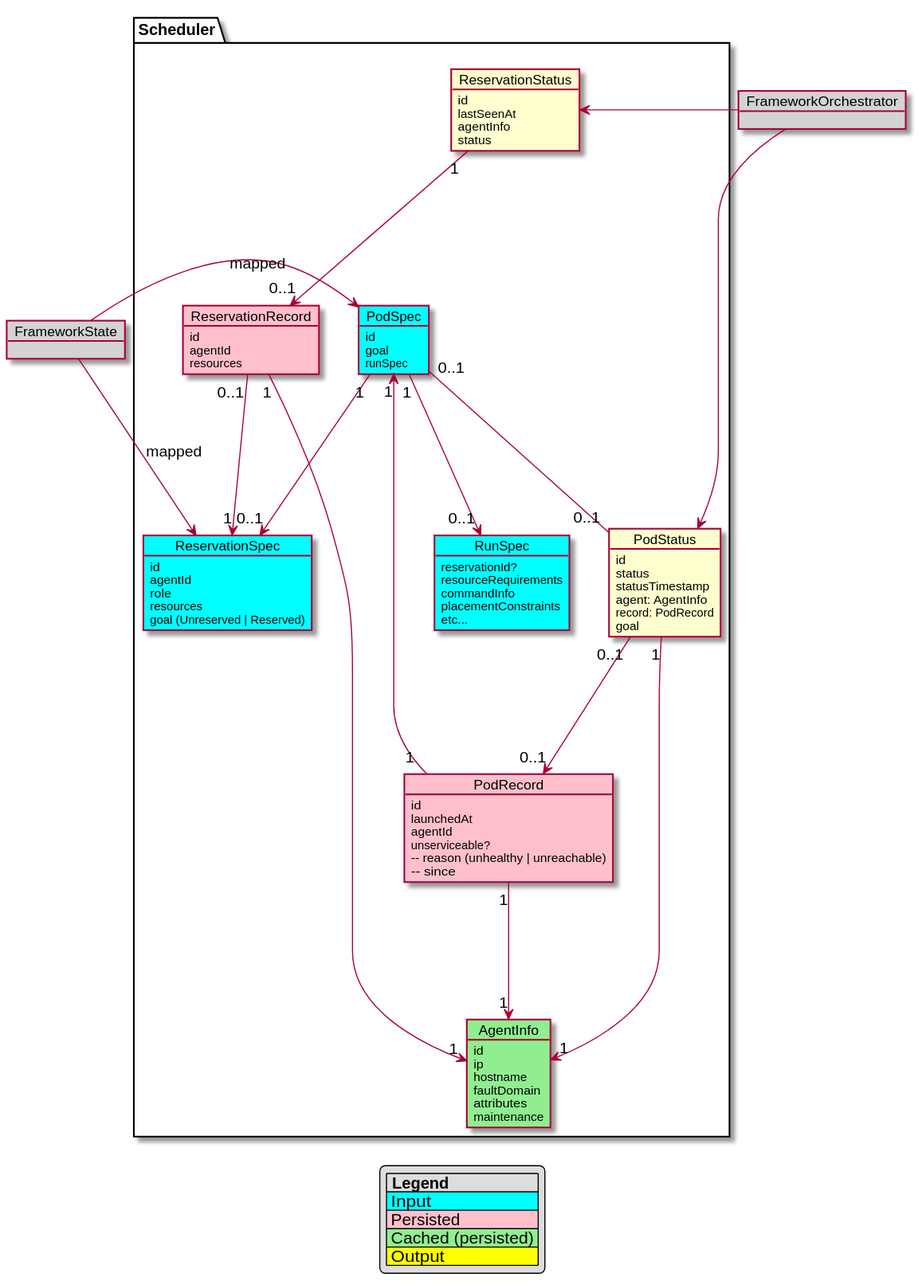
mesosphere/usi keeps this PlantUML diagram as docs/design/data-model.svg. Above is the earlier version.
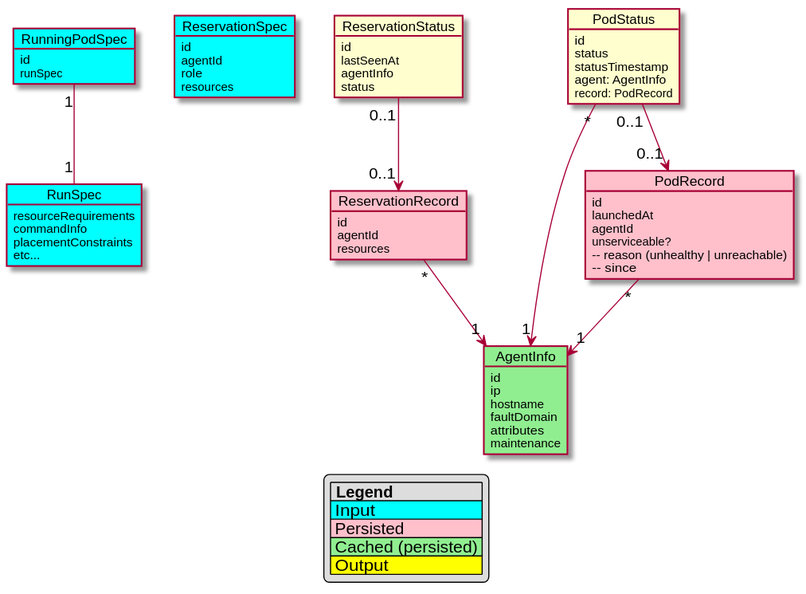
After the commit.

Change to the diagram source:
```diff
@@ -1,102 +1,78 @@
 @startuml
 
-object FrameworkState #LightGrey {
-
+object RunningPodSpec #Cyan {
+  id
+  runSpec
 }
 
-object FrameworkOrchestrator #LightGrey {
+object RunSpec #Cyan {
+  resourceRequirements
+  commandInfo
+  placementConstraints
+  etc...
 }
 
-package Scheduler {
+object ReservationSpec #Cyan {
+  id
+  agentId
+  role
+  resources
+}
 
-  object PodSpec #Cyan {
-    id
-    goal
-    runSpec
-  }
+object AgentInfo #LightGreen {
+  id
+  ip
+  hostname
+  faultDomain
+  attributes
+  maintenance
+}
 
-  object RunSpec #Cyan {
-    reservationId?
-    resourceRequirements
-    commandInfo
-    placementConstraints
-    etc...
-  }
+object ReservationRecord #Pink {
+  id
+  agentId
+  resources
+}
 
-  object ReservationSpec #Cyan {
-    id
-    agentId
-    role
-    resources
-    goal (Unreserved | Reserved)
-  }
-
-  object AgentInfo #LightGreen {
-    id
-    ip
-    hostname
-    faultDomain
-    attributes
-    maintenance
-  }
-
-  object ReservationRecord #Pink {
-    id
-    agentId
-    resources
-  }
-
-  object PodRecord #Pink {
-    id
-    launchedAt
-    agentId
-    unserviceable?
-    -- reason (unhealthy | unreachable)
-    -- since
-  }
+object PodRecord #Pink {
+  id
+  launchedAt
+  agentId
+  unserviceable?
+  -- reason (unhealthy | unreachable)
+  -- since
+}
 
 
 
-  object PodStatus {
-    id
-    status
-    statusTimestamp
-    agent: AgentInfo
-    record: PodRecord
-    goal
-  }
-
-  object ReservationStatus {
-    id
-    lastSeenAt
-    agentInfo
-    status
-  }
-
-  PodSpec "1" --> "0..1" ReservationSpec
-  PodSpec "0..1" -- "0..1" PodStatus
-  PodSpec "1" <-- "1" PodRecord
-  PodSpec "1" --> "0..1" RunSpec
-  ReservationRecord "0..1" --> "1" ReservationSpec
-  ReservationRecord "1" --> "1" AgentInfo
-  PodRecord "1" --> "1" AgentInfo
-  PodStatus "0..1" --> "0..1" PodRecord
-  PodStatus "1" --> "1" AgentInfo
-  ReservationStatus "1" --> "0..1" ReservationRecord
+object PodStatus {
+  id
+  status
+  statusTimestamp
+  agent: AgentInfo
+  record: PodRecord
 }
 
-FrameworkState -> PodSpec : mapped
-FrameworkState -> ReservationSpec : mapped
+object ReservationStatus {
+  id
+  lastSeenAt
+  agentInfo
+  status
+}
 
-FrameworkOrchestrator -> PodStatus
-FrameworkOrchestrator -> ReservationStatus
+RunningPodSpec "1" -- "1" RunSpec
+ReservationRecord "*" --> "1" AgentInfo
+PodRecord "*" --> "1" AgentInfo
+PodStatus "0..1" --> "0..1" PodRecord
+PodStatus "*" --> "1" AgentInfo
+ReservationStatus "0..1" --> "0..1" ReservationRecord
 
 legend
-|= Legend|
-|<#Cyan> Input |
-|<#Pink> Persisted |
-|<#LightGreen> Cached (persisted) |
-|<#Yellow> Output |
+  |= Legend|
+  |<#Cyan> Input |
+  |<#Pink> Persisted |
+  |<#LightGreen> Cached (persisted) |
+  |<#Yellow> Output |
 endlegend
 
 @enduml
```
